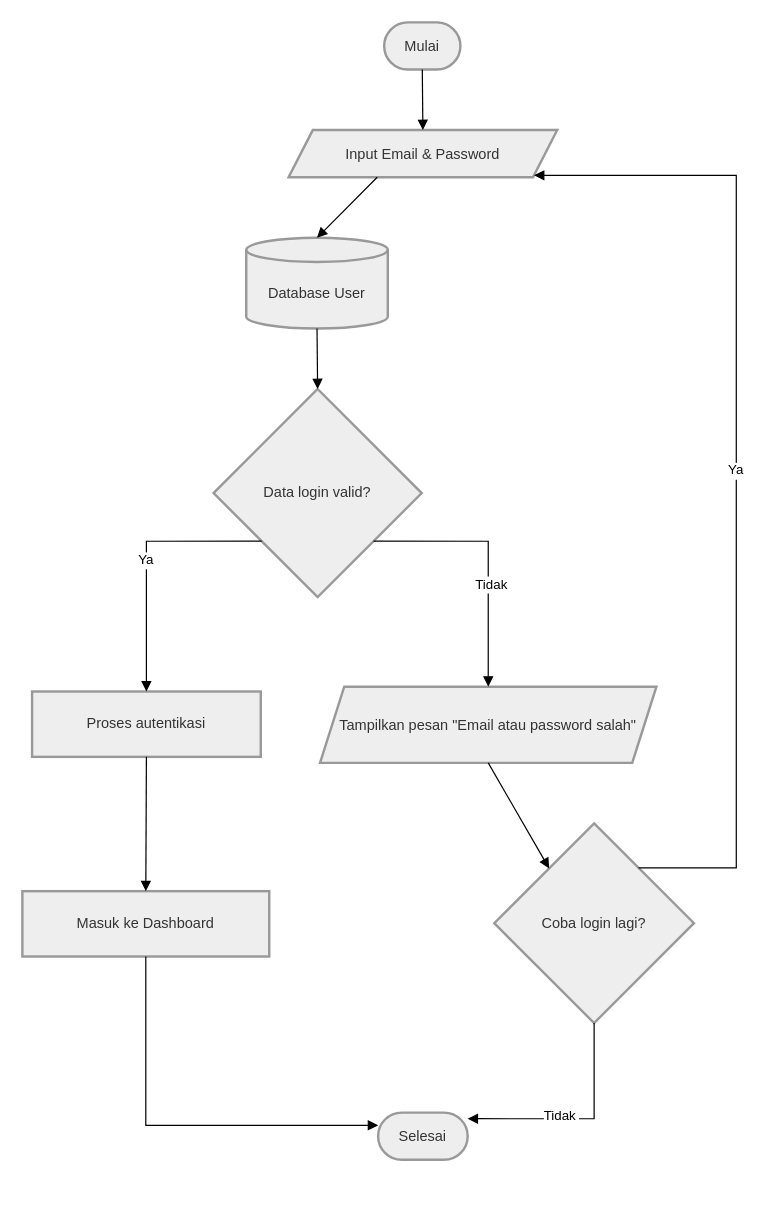
This is UKK/Sprint 1/login.drawio from hexaanugerah/ukk, a draw.io file, before an edit. Source tidied: cells renumbered, new cells numbered last; positions are measured from the earlier drawing's top-left corner, leaving out a move shared by most shapes. Both pictures are drawn from the tidied source at 121%, with x=0, y=0 at pixel (22, 22).
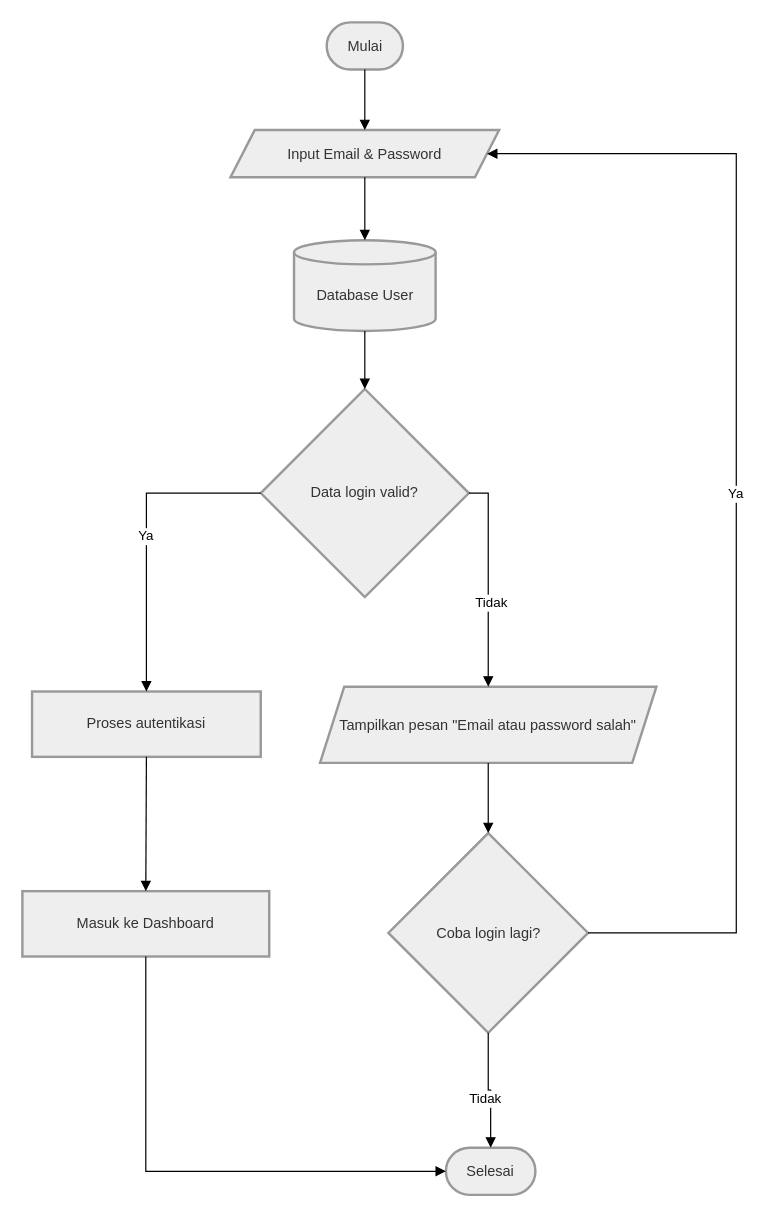
After the change.

Unchanged cells that the change refers to:
```xml
<mxCell id="6" value="Proses autentikasi" style="whiteSpace=wrap;strokeWidth=2;fillColor=light-dark(#eeeeee,#1f2020);strokeColor=light-dark(#999999,#cccccc);fontColor=light-dark(#333333,#cccccc);" parent="1" vertex="1">
  <mxGeometry x="8" y="553" width="189" height="54" as="geometry" />
</mxCell>
<mxCell id="7" value="Masuk ke Dashboard" style="whiteSpace=wrap;strokeWidth=2;fillColor=light-dark(#eeeeee,#1f2020);strokeColor=light-dark(#999999,#cccccc);fontColor=light-dark(#333333,#cccccc);" parent="1" vertex="1">
  <mxGeometry y="718" width="204" height="54" as="geometry" />
</mxCell>
<mxCell id="9" value="Tampilkan pesan &quot;Email atau password salah&quot;" style="shape=parallelogram;perimeter=parallelogramPerimeter;fixedSize=1;strokeWidth=2;whiteSpace=wrap;fillColor=light-dark(#eeeeee,#1f2020);strokeColor=light-dark(#999999,#cccccc);fontColor=light-dark(#333333,#cccccc);" parent="1" vertex="1">
  <mxGeometry x="246" y="549" width="278" height="63" as="geometry" />
</mxCell>
```

The edit, as a diff of the source:
```diff
@@
     <mxCell id="2" value="Mulai" style="rounded=1;whiteSpace=wrap;arcSize=50;strokeWidth=2;fillColor=light-dark(#eeeeee,#1f2020);strokeColor=light-dark(#999999,#cccccc);fontColor=light-dark(#333333,#cccccc);" parent="1" vertex="1">
-      <mxGeometry x="299" width="63" height="39" as="geometry" />
+      <mxGeometry x="251.5" width="63" height="39" as="geometry" />
     </mxCell>
     <mxCell id="3" value="Input Email &amp; Password" style="shape=parallelogram;perimeter=parallelogramPerimeter;fixedSize=1;strokeWidth=2;whiteSpace=wrap;fillColor=light-dark(#eeeeee,#1f2020);strokeColor=light-dark(#999999,#cccccc);fontColor=light-dark(#333333,#cccccc);" parent="1" vertex="1">
-      <mxGeometry x="220" y="89" width="222" height="39" as="geometry" />
+      <mxGeometry x="172" y="89" width="222" height="39" as="geometry" />
     </mxCell>
     <mxCell id="4" value="Database User" style="shape=cylinder3;boundedLbl=1;backgroundOutline=1;size=10;strokeWidth=2;whiteSpace=wrap;fillColor=light-dark(#eeeeee,#1f2020);strokeColor=light-dark(#999999,#cccccc);fontColor=light-dark(#333333,#cccccc);" parent="1" vertex="1">
-      <mxGeometry x="185" y="178" width="117" height="75" as="geometry" />
+      <mxGeometry x="224.5" y="180" width="117" height="75" as="geometry" />
     </mxCell>
     <mxCell id="5" value="Data login valid?" style="rhombus;strokeWidth=2;whiteSpace=wrap;fillColor=light-dark(#eeeeee,#1f2020);strokeColor=light-dark(#999999,#cccccc);fontColor=light-dark(#333333,#cccccc);" parent="1" vertex="1">
-      <mxGeometry x="158" y="303" width="172" height="172" as="geometry" />
+      <mxGeometry x="197" y="303" width="172" height="172" as="geometry" />
     </mxCell>
@@
     <mxCell id="8" value="Selesai" style="rounded=1;whiteSpace=wrap;arcSize=50;strokeWidth=2;fillColor=light-dark(#eeeeee,#1f2020);strokeColor=light-dark(#999999,#cccccc);fontColor=light-dark(#333333,#cccccc);" parent="1" vertex="1">
-      <mxGeometry x="294" y="901" width="74" height="39" as="geometry" />
+      <mxGeometry x="350" y="930" width="74" height="39" as="geometry" />
     </mxCell>
@@
     <mxCell id="10" value="Coba login lagi?" style="rhombus;strokeWidth=2;whiteSpace=wrap;fillColor=light-dark(#eeeeee,#1f2020);strokeColor=light-dark(#999999,#cccccc);fontColor=light-dark(#333333,#cccccc);" parent="1" vertex="1">
-      <mxGeometry x="390" y="662" width="165" height="165" as="geometry" />
+      <mxGeometry x="302.5" y="670" width="165" height="165" as="geometry" />
     </mxCell>
@@
-    <mxCell id="12" style="startArrow=none;endArrow=block;exitX=0.33;exitY=1;entryX=0.5;entryY=0;rounded=0;" parent="1" edge="1" source="3" target="4">
+    <mxCell id="12" style="startArrow=none;endArrow=block;exitX=0.5;exitY=1;entryX=0.5;entryY=0;rounded=0;exitDx=0;exitDy=0;" parent="1" edge="1" source="3" target="4">
       <mxGeometry relative="1" as="geometry" />
     </mxCell>
@@
-    <mxCell id="14" value="Ya" style="startArrow=none;endArrow=block;exitX=0;exitY=0.93;entryX=0.5;entryY=0.01;rounded=0;edgeStyle=orthogonalEdgeStyle;" parent="1" edge="1" source="5" target="6">
+    <mxCell id="14" value="Ya" style="startArrow=none;endArrow=block;exitX=0;exitY=0.5;entryX=0.5;entryY=0.01;rounded=0;edgeStyle=orthogonalEdgeStyle;exitDx=0;exitDy=0;" parent="1" edge="1" source="5" target="6">
       <mxGeometry relative="1" as="geometry">
         <Array as="points">
-          <mxPoint x="103" y="429" />
+          <mxPoint x="103" y="389" />
         </Array>
       </mxGeometry>
     </mxCell>
@@
-    <mxCell id="16" style="startArrow=none;endArrow=block;exitX=0.5;exitY=0.99;entryX=0;entryY=0.27;rounded=0;edgeStyle=orthogonalEdgeStyle;" parent="1" edge="1" source="7" target="8">
+    <mxCell id="16" style="startArrow=none;endArrow=block;exitX=0.5;exitY=0.99;entryX=0;entryY=0.5;rounded=0;edgeStyle=orthogonalEdgeStyle;entryDx=0;entryDy=0;" parent="1" edge="1" source="7" target="8">
       <mxGeometry relative="1" as="geometry" />
     </mxCell>
-    <mxCell id="17" value="Tidak" style="startArrow=none;endArrow=block;exitX=1;exitY=0.93;entryX=0.5;entryY=0;rounded=0;edgeStyle=orthogonalEdgeStyle;" parent="1" edge="1" source="5" target="9">
+    <mxCell id="17" value="Tidak" style="startArrow=none;endArrow=block;exitX=1;exitY=0.5;entryX=0.5;entryY=0;rounded=0;edgeStyle=orthogonalEdgeStyle;exitDx=0;exitDy=0;" parent="1" edge="1" source="5" target="9">
       <mxGeometry x="0.21" y="3" relative="1" as="geometry">
         <Array as="points">
-          <mxPoint x="385" y="429" />
+          <mxPoint x="385" y="389" />
         </Array>
       </mxGeometry>
     </mxCell>
-    <mxCell id="18" style="startArrow=none;endArrow=block;exitX=0.5;exitY=1;entryX=0.09;entryY=0;rounded=0;" parent="1" edge="1" source="9" target="10">
+    <mxCell id="18" style="startArrow=none;endArrow=block;exitX=0.5;exitY=1;entryX=0.5;entryY=0;rounded=0;entryDx=0;entryDy=0;" parent="1" edge="1" source="9" target="10">
       <mxGeometry relative="1" as="geometry" />
     </mxCell>
-    <mxCell id="19" value="Ya" style="startArrow=none;endArrow=block;exitX=0.9;exitY=0;entryX=0.95;entryY=1;rounded=0;edgeStyle=orthogonalEdgeStyle;" parent="1" edge="1" source="10" target="3">
+    <mxCell id="19" value="Ya" style="startArrow=none;endArrow=block;exitX=1;exitY=0.5;entryX=1;entryY=0.5;rounded=0;edgeStyle=orthogonalEdgeStyle;exitDx=0;exitDy=0;entryDx=0;entryDy=0;" parent="1" edge="1" source="10" target="3">
       <mxGeometry relative="1" as="geometry">
         <Array as="points">
-          <mxPoint x="590" y="699" />
-          <mxPoint x="590" y="126" />
+          <mxPoint x="590" y="753" />
+          <mxPoint x="590" y="109" />
         </Array>
       </mxGeometry>
     </mxCell>
-    <mxCell id="20" value="Tidak" style="startArrow=none;endArrow=block;exitX=0.5;exitY=1;entryX=1;entryY=0.13;rounded=0;edgeStyle=orthogonalEdgeStyle;" parent="1" edge="1" source="10" target="8">
+    <mxCell id="20" value="Tidak" style="startArrow=none;endArrow=block;exitX=0.5;exitY=1;entryX=0.5;entryY=0;rounded=0;edgeStyle=orthogonalEdgeStyle;entryDx=0;entryDy=0;" parent="1" edge="1" source="10" target="8">
       <mxGeometry x="0.16" y="-3" relative="1" as="geometry">
         <mxPoint x="-1" as="offset" />
       </mxGeometry>
     </mxCell>
```
